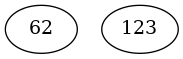
The Graphviz diagram src/output_Prim.png in Joaopclopes/Teoria-dos-Grafos-Trabalho-1, before a commit. Its source is kept beside it as src/output_Prim.dot.
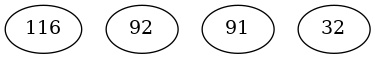
The same diagram one commit later.

What changed in the source:
```diff
@@ -1,5 +1,6 @@
 graph{
-62;
-123;
-123;
+116;
+92;
+91;
+32;
 }
```
